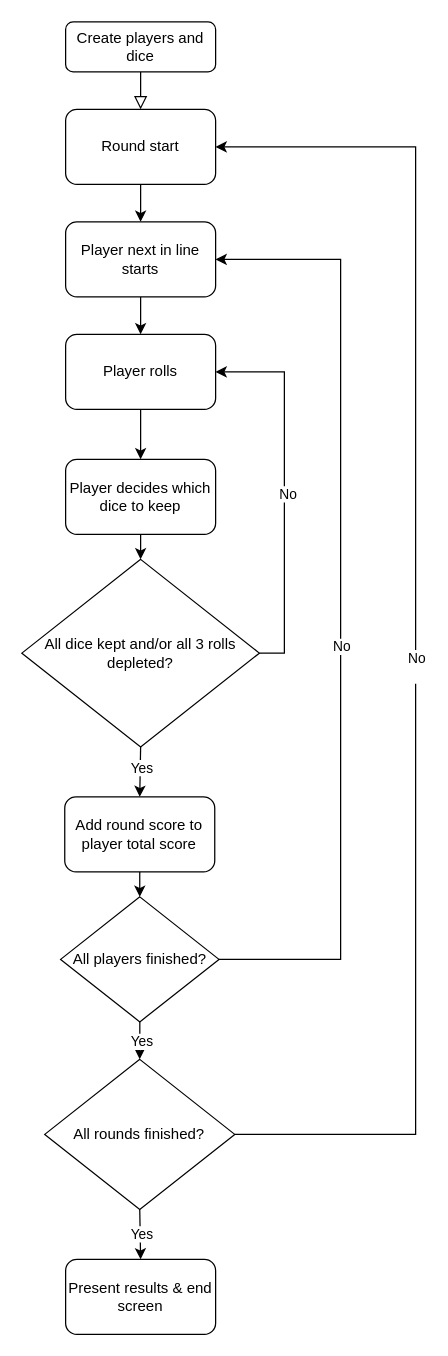
Above: doc/yatzy/flowchart.drawio in AnonZebra/bth-mvc-game (draw.io), before the change. Source tidied: cells renumbered, new cells numbered last; positions are measured from the earlier drawing's top-left corner, leaving out a move shared by most shapes. Both pictures are drawn from the tidied source at 125%, with x=0, y=0 at pixel (21, 21).
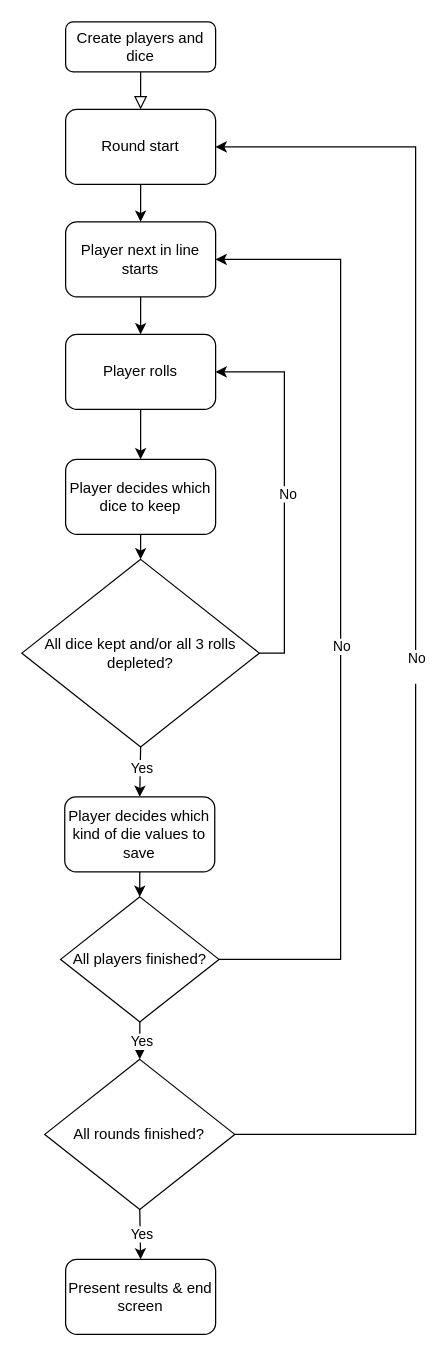
The same diagram, later.

Commit message (it also covers changes not shown here):
add UML and pseudocode. update flowchart

Diff of the diagram source:
```diff
@@
-    <mxCell id="28" value="Add round score to player total score" style="rounded=1;whiteSpace=wrap;html=1;" parent="1" vertex="1">
+    <mxCell id="28" value="Player decides which kind of die values to save" style="rounded=1;whiteSpace=wrap;html=1;" parent="1" vertex="1">
       <mxGeometry x="34.3" y="620" width="120" height="60" as="geometry" />
     </mxCell>
```
